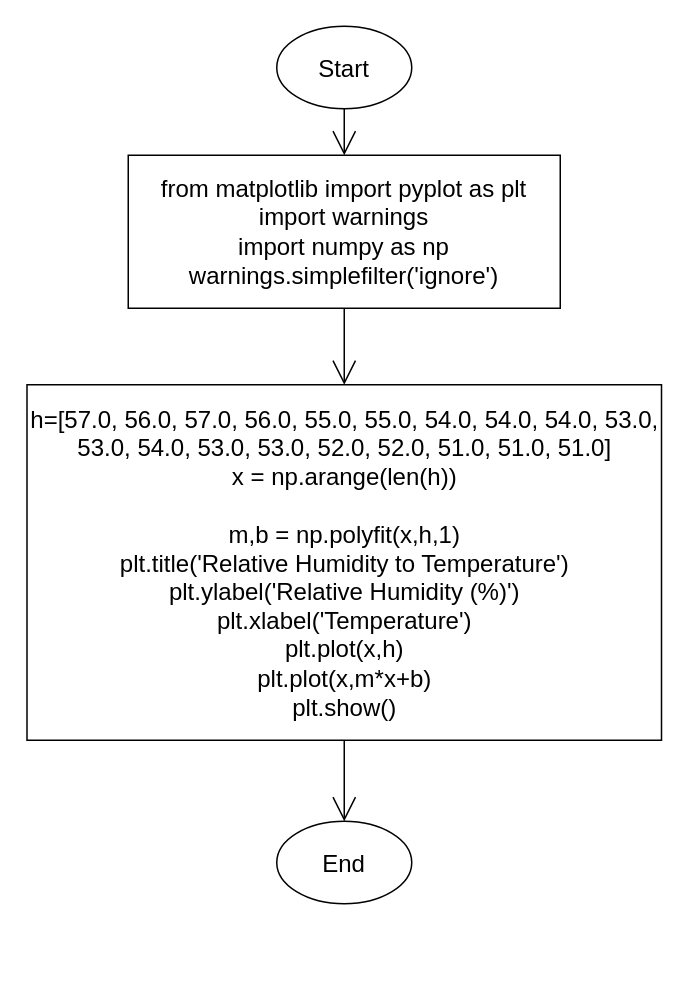
Before: page "q26" (12 of 16) of Quizzes/quizzes.drawio in zelanISAK/unit-2, a draw.io diagram. Source tidied: cells renumbered, new cells numbered last; positions are measured from the earlier drawing's top-left corner, leaving out a move shared by most shapes. Both pictures are drawn from the tidied source at 150%, with x=0, y=0 at pixel (27, 26).
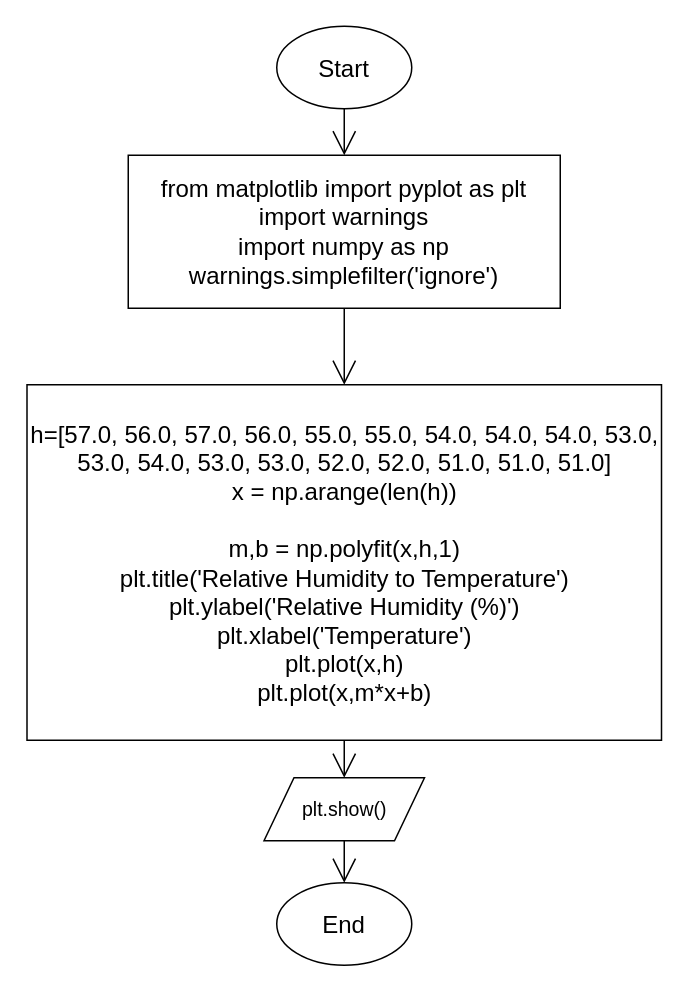
The same page after the edit.

Diff of the diagram source:
```diff
@@
 <mxGraphModel>
   <root>
     <mxCell id="0" />
     <mxCell id="1" parent="0" />
     <mxCell id="2" style="edgeStyle=orthogonalEdgeStyle;rounded=0;jettySize=auto;html=1;exitX=0.5;exitY=1;exitDx=0;exitDy=0;entryX=0.5;entryY=0;entryDx=0;entryDy=0;fontSize=12;endArrow=open;startSize=14;endSize=14;sourcePerimeterSpacing=8;targetPerimeterSpacing=8;" parent="1" edge="1" source="3" target="6">
       <mxGeometry relative="1" as="geometry" />
     </mxCell>
     <mxCell id="3" value="Start" style="ellipse;whiteSpace=wrap;html=1;fontSize=16;" parent="1" vertex="1">
       <mxGeometry x="166" width="90" height="55" as="geometry" />
     </mxCell>
     <mxCell id="4" value="End" style="ellipse;whiteSpace=wrap;html=1;fontSize=16;" parent="1" vertex="1">
-      <mxGeometry x="166" y="530" width="90" height="55" as="geometry" />
+      <mxGeometry x="166" y="571" width="90" height="55" as="geometry" />
     </mxCell>
     <mxCell id="5" style="edgeStyle=orthogonalEdgeStyle;rounded=0;jettySize=auto;html=1;exitX=0.5;exitY=1;exitDx=0;exitDy=0;entryX=0.5;entryY=0;entryDx=0;entryDy=0;fontSize=12;endArrow=open;startSize=14;endSize=14;sourcePerimeterSpacing=8;targetPerimeterSpacing=8;" parent="1" edge="1" source="6" target="8">
       <mxGeometry relative="1" as="geometry" />
     </mxCell>
     <mxCell id="6" value="&lt;div&gt;from matplotlib import pyplot as plt&lt;/div&gt;&lt;div&gt;import warnings&lt;/div&gt;&lt;div&gt;import numpy as np&lt;/div&gt;&lt;div&gt;warnings.simplefilter('ignore')&lt;/div&gt;" style="rounded=0;whiteSpace=wrap;html=1;fontSize=16;" parent="1" vertex="1">
       <mxGeometry x="67" y="86" width="288" height="102" as="geometry" />
     </mxCell>
-    <mxCell id="7" style="edgeStyle=orthogonalEdgeStyle;rounded=0;jettySize=auto;html=1;exitX=0.5;exitY=1;exitDx=0;exitDy=0;entryX=0.5;entryY=0;entryDx=0;entryDy=0;fontSize=12;endArrow=open;startSize=14;endSize=14;sourcePerimeterSpacing=8;targetPerimeterSpacing=8;" parent="1" edge="1" source="8" target="4">
-      <mxGeometry relative="1" as="geometry" />
-    </mxCell>
+    <mxCell id="9" style="edgeStyle=orthogonalEdgeStyle;rounded=0;jettySize=auto;html=1;exitX=0.5;exitY=1;exitDx=0;exitDy=0;entryX=0.5;entryY=0;entryDx=0;entryDy=0;fontSize=13;endArrow=open;startSize=14;endSize=14;sourcePerimeterSpacing=8;targetPerimeterSpacing=8;" parent="1" edge="1" source="8" target="11">
+      <mxGeometry relative="1" as="geometry" />
+    </mxCell>
-    <mxCell id="8" value="&lt;div&gt;h=[57.0, 56.0, 57.0, 56.0, 55.0, 55.0, 54.0, 54.0, 54.0, 53.0, 53.0, 54.0, 53.0, 53.0, 52.0, 52.0, 51.0, 51.0, 51.0]&lt;/div&gt;&lt;div&gt;x = np.arange(len(h))&lt;/div&gt;&lt;div&gt;&lt;br&gt;&lt;/div&gt;&lt;div&gt;m,b = np.polyfit(x,h,1)&lt;/div&gt;&lt;div&gt;plt.title('Relative Humidity to Temperature')&lt;/div&gt;&lt;div&gt;plt.ylabel('Relative Humidity (%)')&lt;/div&gt;&lt;div&gt;plt.xlabel('Temperature')&lt;/div&gt;&lt;div&gt;plt.plot(x,h)&lt;/div&gt;&lt;div&gt;plt.plot(x,m*x+b)&lt;/div&gt;&lt;div&gt;plt.show()&lt;/div&gt;" style="rounded=0;whiteSpace=wrap;html=1;fontSize=16;" parent="1" vertex="1">
+    <mxCell id="8" value="&lt;div&gt;h=[57.0, 56.0, 57.0, 56.0, 55.0, 55.0, 54.0, 54.0, 54.0, 53.0, 53.0, 54.0, 53.0, 53.0, 52.0, 52.0, 51.0, 51.0, 51.0]&lt;/div&gt;&lt;div&gt;x = np.arange(len(h))&lt;/div&gt;&lt;div&gt;&lt;br&gt;&lt;/div&gt;&lt;div&gt;m,b = np.polyfit(x,h,1)&lt;/div&gt;&lt;div&gt;plt.title('Relative Humidity to Temperature')&lt;/div&gt;&lt;div&gt;plt.ylabel('Relative Humidity (%)')&lt;/div&gt;&lt;div&gt;plt.xlabel('Temperature')&lt;/div&gt;&lt;div&gt;plt.plot(x,h)&lt;/div&gt;&lt;div&gt;plt.plot(x,m*x+b)&lt;/div&gt;" style="rounded=0;whiteSpace=wrap;html=1;fontSize=16;" parent="1" vertex="1">
       <mxGeometry x="-0.5" y="239" width="423" height="237" as="geometry" />
     </mxCell>
+    <mxCell id="10" style="edgeStyle=orthogonalEdgeStyle;rounded=0;jettySize=auto;html=1;exitX=0.5;exitY=1;exitDx=0;exitDy=0;entryX=0.5;entryY=0;entryDx=0;entryDy=0;fontSize=13;endArrow=open;startSize=14;endSize=14;sourcePerimeterSpacing=8;targetPerimeterSpacing=8;" parent="1" edge="1" source="11" target="4">
+      <mxGeometry relative="1" as="geometry" />
+    </mxCell>
+    <mxCell id="11" value="plt.show()" style="shape=parallelogram;perimeter=parallelogramPerimeter;whiteSpace=wrap;html=1;fixedSize=1;fontSize=13;" parent="1" vertex="1">
+      <mxGeometry x="157.5" y="501" width="107" height="42" as="geometry" />
+    </mxCell>
   </root>
 </mxGraphModel>
```
